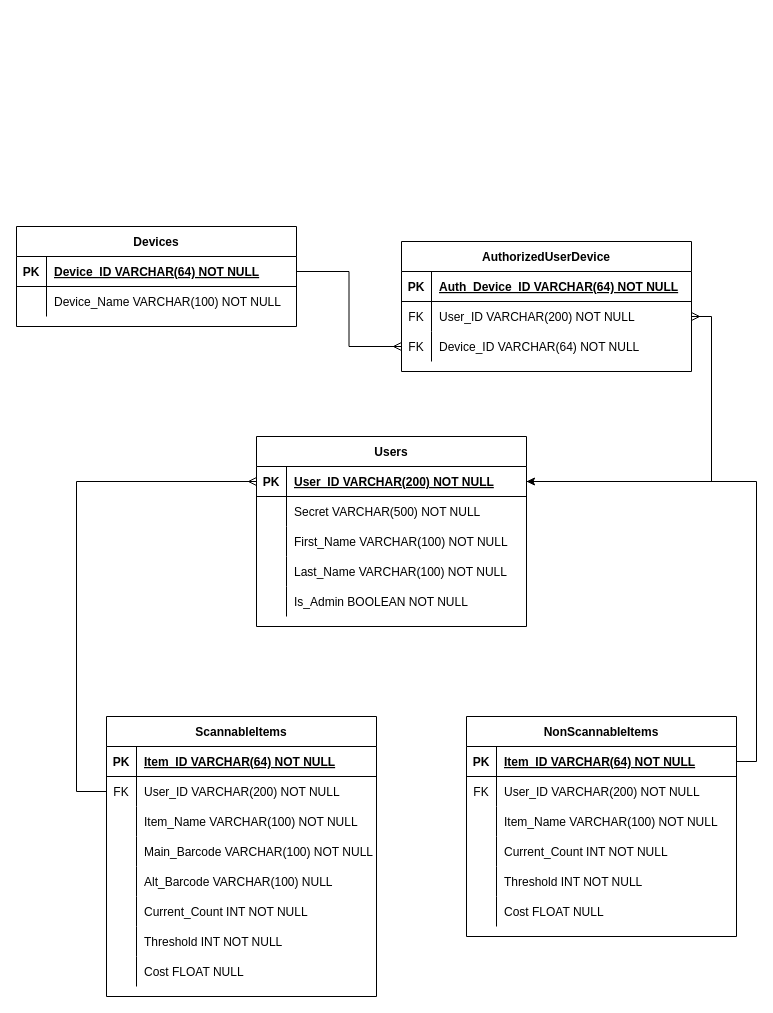
Earlier version of the draw.io diagram Diagrams/User ERD.drawio (david-ruffner/InventoryTrackerController). Source tidied: cells renumbered, new cells numbered last; positions are measured from the earlier drawing's top-left corner, leaving out a move shared by most shapes. Both pictures are drawn from the tidied source at 100%, with x=0, y=0 at pixel (16, 226).
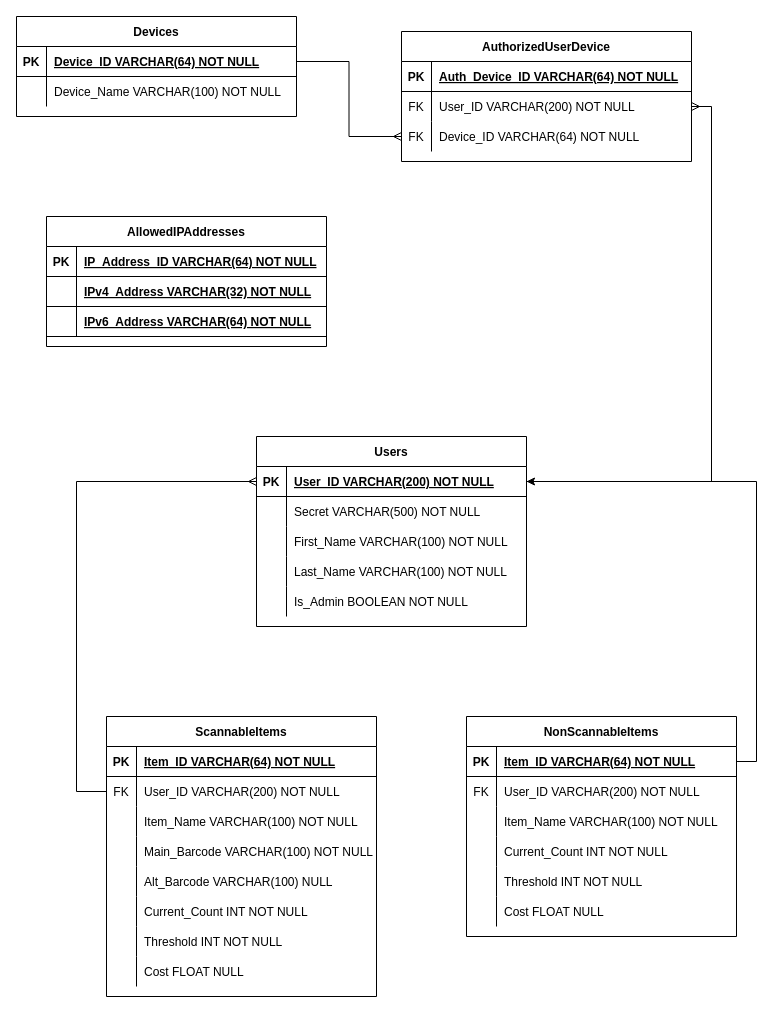
The same diagram, later.

The edit, as a diff of the source:
```diff
@@
     <mxCell id="18" value="Devices" style="shape=table;startSize=30;childLayout=tableLayout;rowLines=0;fontStyle=1;align=center;" parent="1" vertex="1">
-      <mxGeometry width="280" height="100" as="geometry" />
+      <mxGeometry y="-210" width="280" height="100" as="geometry" />
     </mxCell>
@@
     <mxCell id="25" value="AuthorizedUserDevice" style="shape=table;startSize=30;childLayout=tableLayout;rowLines=0;fontStyle=1;align=center;" parent="1" vertex="1">
-      <mxGeometry x="385" y="15" width="290" height="130" as="geometry" />
+      <mxGeometry x="385" y="-195" width="290" height="130" as="geometry" />
     </mxCell>
@@
+    <mxCell id="83" value="AllowedIPAddresses" style="shape=table;startSize=30;childLayout=tableLayout;rowLines=0;fontStyle=1;align=center;" parent="1" vertex="1">
+      <mxGeometry x="30" y="-10" width="280" height="130" as="geometry" />
+    </mxCell>
+    <mxCell id="84" style="shape=partialRectangle;fillColor=none;top=0;left=0;right=0;bottom=1;" parent="83" vertex="1">
+      <mxGeometry y="30" width="280" height="30" as="geometry" />
+    </mxCell>
+    <mxCell id="85" value="PK" style="shape=partialRectangle;overflow=hidden;fillColor=none;top=0;left=0;bottom=0;right=0;fontStyle=1;" parent="84" vertex="1">
+      <mxGeometry width="30" height="30" as="geometry" />
+    </mxCell>
+    <mxCell id="86" value="IP_Address_ID VARCHAR(64) NOT NULL" style="shape=partialRectangle;overflow=hidden;fillColor=none;top=0;left=0;bottom=0;right=0;align=left;spacingLeft=6;fontStyle=5;" parent="84" vertex="1">
+      <mxGeometry x="30" width="250" height="30" as="geometry" />
+    </mxCell>
+    <mxCell id="87" style="shape=partialRectangle;fillColor=none;top=0;left=0;right=0;bottom=1;" parent="83" vertex="1">
+      <mxGeometry y="60" width="280" height="30" as="geometry" />
+    </mxCell>
+    <mxCell id="88" style="shape=partialRectangle;overflow=hidden;fillColor=none;top=0;left=0;bottom=0;right=0;fontStyle=1;" parent="87" vertex="1">
+      <mxGeometry width="30" height="30" as="geometry" />
+    </mxCell>
+    <mxCell id="89" value="IPv4_Address VARCHAR(32) NOT NULL" style="shape=partialRectangle;overflow=hidden;fillColor=none;top=0;left=0;bottom=0;right=0;align=left;spacingLeft=6;fontStyle=5;" parent="87" vertex="1">
+      <mxGeometry x="30" width="250" height="30" as="geometry" />
+    </mxCell>
+    <mxCell id="90" style="shape=partialRectangle;fillColor=none;top=0;left=0;right=0;bottom=1;" parent="83" vertex="1">
+      <mxGeometry y="90" width="280" height="30" as="geometry" />
+    </mxCell>
+    <mxCell id="91" style="shape=partialRectangle;overflow=hidden;fillColor=none;top=0;left=0;bottom=0;right=0;fontStyle=1;" parent="90" vertex="1">
+      <mxGeometry width="30" height="30" as="geometry" />
+    </mxCell>
+    <mxCell id="92" value="IPv6_Address VARCHAR(64) NOT NULL" style="shape=partialRectangle;overflow=hidden;fillColor=none;top=0;left=0;bottom=0;right=0;align=left;spacingLeft=6;fontStyle=5;" parent="90" vertex="1">
+      <mxGeometry x="30" width="250" height="30" as="geometry" />
+    </mxCell>
```
